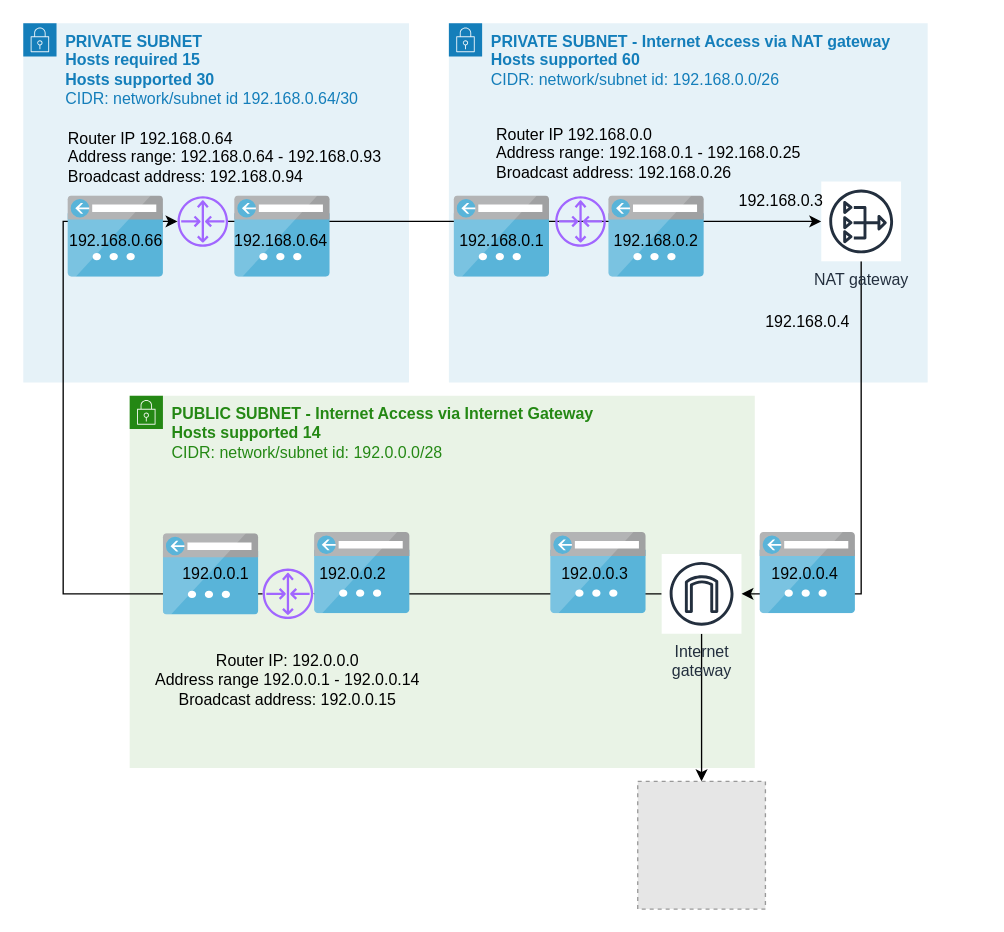
victorromijn/AWS-Techgrounds keeps this draw.io diagram as Untitled Diagram.drawio. Above is the earlier version. Source tidied: cells renumbered, new cells numbered last; positions are measured from the earlier drawing's top-left corner, leaving out a move shared by most shapes. Both pictures are drawn from the tidied source at 133%, with x=0, y=0 at pixel (23, 23). Pictures stored in the file or linked from it are replaced by grey dashed boxes.
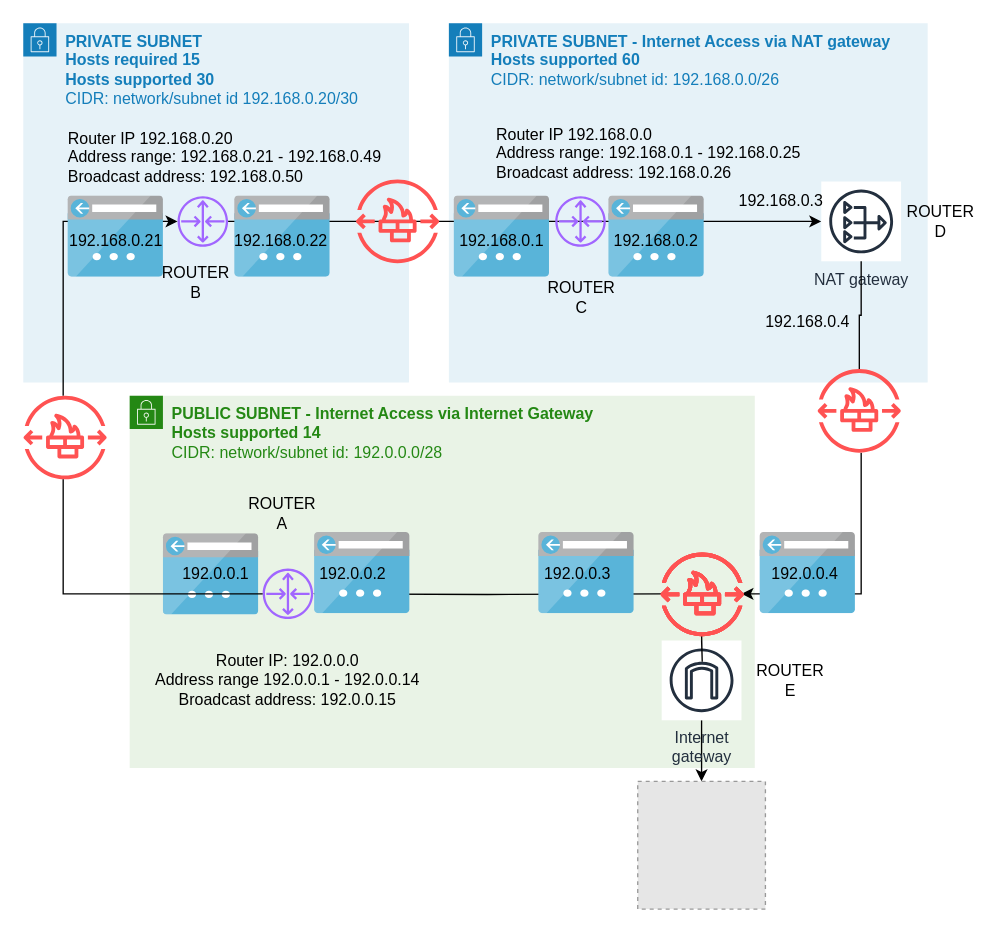
Above is the later version.

The change refers to these unchanged cells:
```xml
<mxCell id="6" style="sketch=0;outlineConnect=0;fontColor=#232F3E;gradientColor=none;fillColor=#A166FF;strokeColor=none;dashed=0;verticalLabelPosition=bottom;verticalAlign=top;align=center;html=1;fontSize=12;fontStyle=0;shape=mxgraph.aws4.router;" parent="1" vertex="1">
  <mxGeometry x="116" y="130" width="38" height="38" as="geometry" />
</mxCell>
<mxCell id="9" style="sketch=0;outlineConnect=0;fontColor=#232F3E;gradientColor=none;fillColor=#A166FF;strokeColor=none;dashed=0;verticalLabelPosition=bottom;verticalAlign=top;align=center;html=1;fontSize=12;fontStyle=0;shape=mxgraph.aws4.router;" parent="1" vertex="1">
  <mxGeometry x="180" y="410" width="38" height="38" as="geometry" />
</mxCell>
<mxCell id="11" value="NAT gateway" style="sketch=0;outlineConnect=0;fontColor=#232F3E;gradientColor=none;strokeColor=#232F3E;fillColor=#ffffff;dashed=0;verticalLabelPosition=bottom;verticalAlign=top;align=center;html=1;fontSize=12;fontStyle=0;shape=mxgraph.aws4.resourceIcon;resIcon=mxgraph.aws4.nat_gateway;" parent="1" vertex="1">
  <mxGeometry x="600" y="119" width="60" height="60" as="geometry" />
</mxCell>
<mxCell id="18" style="fillColor=#E6E6E6;strokeColor=#999999;dashed=1;html=1;verticalAlign=top;verticalLabelPosition=bottom;labelBackgroundColor=#ffffff;" parent="1" vertex="1">
  <mxGeometry x="462" y="570" width="96" height="96" as="geometry" />
</mxCell>
```

What changed in the source:
```diff
@@
-    <mxCell id="2" value="&lt;b&gt;PRIVATE SUBNET&lt;/b&gt;&lt;br&gt;&lt;b&gt;Hosts required 15&lt;/b&gt;&lt;br&gt;&lt;b&gt;Hosts supported 30&lt;/b&gt;&lt;br&gt;CIDR: network/subnet id 192.168.0.64/30&lt;br&gt;&lt;br&gt;" style="gradientColor=none;html=1;whiteSpace=wrap;fontSize=12;fontStyle=0;shape=mxgraph.aws4.group;grIcon=mxgraph.aws4.group_security_group;grStroke=0;strokeColor=#147EBA;fillColor=#E6F2F8;verticalAlign=top;align=left;spacingLeft=30;fontColor=#147EBA;dashed=0;" parent="1" vertex="1">
+    <mxCell id="2" value="&lt;b&gt;PRIVATE SUBNET&lt;/b&gt;&lt;br&gt;&lt;b&gt;Hosts required 15&lt;/b&gt;&lt;br&gt;&lt;b&gt;Hosts supported 30&lt;/b&gt;&lt;br&gt;CIDR: network/subnet id 192.168.0.20/30&lt;br&gt;" style="gradientColor=none;html=1;whiteSpace=wrap;fontSize=12;fontStyle=0;shape=mxgraph.aws4.group;grIcon=mxgraph.aws4.group_security_group;grStroke=0;strokeColor=#147EBA;fillColor=#E6F2F8;verticalAlign=top;align=left;spacingLeft=30;fontColor=#147EBA;dashed=0;" parent="1" vertex="1">
       <mxGeometry width="290" height="270" as="geometry" />
     </mxCell>
@@
-    <mxCell id="8" style="edgeStyle=orthogonalEdgeStyle;rounded=0;jettySize=auto;html=1;" parent="1" edge="1" source="9" target="6">
+    <mxCell id="8" style="edgeStyle=orthogonalEdgeStyle;rounded=0;jettySize=auto;html=1;startArrow=none;" parent="1" edge="1" source="47" target="6">
       <mxGeometry relative="1" as="geometry">
         <Array as="points">
-          <mxPoint x="30" y="429" />
           <mxPoint x="30" y="149" />
         </Array>
       </mxGeometry>
     </mxCell>
@@
-    <mxCell id="10" style="edgeStyle=orthogonalEdgeStyle;rounded=0;jettySize=auto;html=1;" parent="1" edge="1" source="11" target="14">
+    <mxCell id="10" style="edgeStyle=orthogonalEdgeStyle;rounded=0;jettySize=auto;html=1;startArrow=none;" parent="1" edge="1" source="50">
       <mxGeometry relative="1" as="geometry">
+        <mxPoint x="540" y="429" as="targetPoint" />
         <Array as="points">
           <mxPoint x="630" y="429" />
         </Array>
       </mxGeometry>
     </mxCell>
@@
-    <mxCell id="12" style="edgeStyle=orthogonalEdgeStyle;rounded=0;jettySize=auto;html=1;" parent="1" edge="1" source="14" target="9">
-      <mxGeometry relative="1" as="geometry" />
+    <mxCell id="12" style="edgeStyle=orthogonalEdgeStyle;rounded=0;jettySize=auto;html=1;" parent="1" edge="1" target="9">
+      <mxGeometry relative="1" as="geometry">
+        <mxPoint x="480" y="429" as="sourcePoint" />
+      </mxGeometry>
     </mxCell>
-    <mxCell id="13" style="edgeStyle=orthogonalEdgeStyle;rounded=0;jettySize=auto;html=1;" parent="1" edge="1" source="14" target="18">
+    <mxCell id="13" style="edgeStyle=orthogonalEdgeStyle;rounded=0;jettySize=auto;html=1;startArrow=none;" parent="1" edge="1" source="14" target="18">
       <mxGeometry relative="1" as="geometry" />
     </mxCell>
-    <mxCell id="14" value="Internet&#10;gateway" style="sketch=0;outlineConnect=0;fontColor=#232F3E;gradientColor=none;strokeColor=#232F3E;fillColor=#ffffff;dashed=0;verticalLabelPosition=bottom;verticalAlign=top;align=center;html=1;fontSize=12;fontStyle=0;shape=mxgraph.aws4.resourceIcon;resIcon=mxgraph.aws4.internet_gateway;" parent="1" vertex="1">
-      <mxGeometry x="480" y="399" width="60" height="60" as="geometry" />
-    </mxCell>
@@
-    <mxCell id="20" value="192.168.0.66" style="text;html=1;strokeColor=none;fillColor=none;align=center;verticalAlign=middle;whiteSpace=wrap;rounded=0;" parent="1" vertex="1">
+    <mxCell id="20" value="192.168.0.21" style="text;html=1;strokeColor=none;fillColor=none;align=center;verticalAlign=middle;whiteSpace=wrap;rounded=0;" parent="1" vertex="1">
       <mxGeometry x="40" y="149" width="60" height="30" as="geometry" />
     </mxCell>
@@
-    <mxCell id="22" value="192.168.0.64" style="text;html=1;strokeColor=none;fillColor=none;align=center;verticalAlign=middle;whiteSpace=wrap;rounded=0;" parent="1" vertex="1">
+    <mxCell id="22" value="192.168.0.22" style="text;html=1;strokeColor=none;fillColor=none;align=center;verticalAlign=middle;whiteSpace=wrap;rounded=0;" parent="1" vertex="1">
       <mxGeometry x="164" y="149" width="60" height="30" as="geometry" />
     </mxCell>
@@
-    <mxCell id="27" value="&lt;span&gt;Router IP 192.168.0.64&lt;/span&gt;&lt;br&gt;&lt;div&gt;&lt;span&gt;Address range: 192.168.0.64 -&lt;/span&gt;&lt;span&gt;&amp;nbsp;192.168.0.93&lt;/span&gt;&lt;/div&gt;&lt;div&gt;&lt;span&gt;Broadcast address: 192.168.0.94&lt;/span&gt;&lt;/div&gt;&lt;div&gt;&lt;span&gt;&lt;br&gt;&lt;/span&gt;&lt;/div&gt;" style="text;html=1;strokeColor=none;fillColor=none;align=left;verticalAlign=top;whiteSpace=wrap;rounded=0;fontColor=#000000;" parent="1" vertex="1">
+    <mxCell id="27" value="&lt;span&gt;Router IP 192.168.0.20&lt;/span&gt;&lt;br&gt;&lt;div&gt;&lt;span&gt;Address range: 192.168.0.21 -&lt;/span&gt;&lt;span&gt;&amp;nbsp;192.168.0.49&lt;/span&gt;&lt;/div&gt;&lt;div&gt;&lt;span&gt;Broadcast address: 192.168.0.50&lt;/span&gt;&lt;/div&gt;&lt;div&gt;&lt;span&gt;&lt;br&gt;&lt;/span&gt;&lt;/div&gt;" style="text;html=1;strokeColor=none;fillColor=none;align=left;verticalAlign=top;whiteSpace=wrap;rounded=0;fontColor=#000000;" parent="1" vertex="1">
       <mxGeometry x="32.3" y="73" width="245.7" height="50" as="geometry" />
     </mxCell>
@@
     <mxCell id="30" style="sketch=0;html=1;align=center;image;fontSize=12;image=img/lib/mscae/App_Service_IPAddress.svg;" parent="1" vertex="1">
-      <mxGeometry x="396.3" y="383" width="72.6" height="61" as="geometry" />
+      <mxGeometry x="387.3" y="383" width="72.6" height="61" as="geometry" />
     </mxCell>
@@
     <mxCell id="34" value="192.0.0.3" style="text;html=1;strokeColor=none;fillColor=none;align=center;verticalAlign=middle;whiteSpace=wrap;rounded=0;" parent="1" vertex="1">
-      <mxGeometry x="400" y="399" width="60" height="30" as="geometry" />
+      <mxGeometry x="387.3" y="399" width="60" height="30" as="geometry" />
     </mxCell>
@@
+    <mxCell id="37" value="ROUTER A" style="text;html=1;strokeColor=none;fillColor=none;align=center;verticalAlign=middle;whiteSpace=wrap;rounded=0;" parent="1" vertex="1">
+      <mxGeometry x="165" y="354" width="60" height="30" as="geometry" />
+    </mxCell>
+    <mxCell id="38" value="ROUTER B" style="text;html=1;strokeColor=none;fillColor=none;align=center;verticalAlign=middle;whiteSpace=wrap;rounded=0;" parent="1" vertex="1">
+      <mxGeometry x="100" y="180" width="60" height="30" as="geometry" />
+    </mxCell>
+    <mxCell id="39" value="ROUTER C" style="text;html=1;strokeColor=none;fillColor=none;align=center;verticalAlign=middle;whiteSpace=wrap;rounded=0;" parent="1" vertex="1">
+      <mxGeometry x="390" y="191" width="60" height="30" as="geometry" />
+    </mxCell>
+    <mxCell id="40" value="ROUTER D" style="text;html=1;strokeColor=none;fillColor=none;align=center;verticalAlign=middle;whiteSpace=wrap;rounded=0;" parent="1" vertex="1">
+      <mxGeometry x="660" y="134" width="60" height="30" as="geometry" />
+    </mxCell>
+    <mxCell id="41" value="ROUTER E" style="text;html=1;strokeColor=none;fillColor=none;align=center;verticalAlign=middle;whiteSpace=wrap;rounded=0;" parent="1" vertex="1">
+      <mxGeometry x="546.9" y="479" width="60" height="30" as="geometry" />
+    </mxCell>
+    <mxCell id="42" style="sketch=0;fontColor=#232F3E;gradientColor=none;fillColor=#FF5252;strokeColor=none;dashed=0;verticalLabelPosition=bottom;verticalAlign=top;align=center;html=1;fontSize=12;fontStyle=0;shape=mxgraph.aws4.network_firewall_endpoints;" parent="1" vertex="1">
+      <mxGeometry x="479" y="398" width="62.9" height="62.9" as="geometry" />
+    </mxCell>
+    <mxCell id="14" value="Internet&#10;gateway" style="sketch=0;outlineConnect=0;fontColor=#232F3E;gradientColor=none;strokeColor=#232F3E;fillColor=#ffffff;dashed=0;verticalLabelPosition=bottom;verticalAlign=top;align=center;html=1;fontSize=12;fontStyle=0;shape=mxgraph.aws4.resourceIcon;resIcon=mxgraph.aws4.internet_gateway;" parent="1" vertex="1">
+      <mxGeometry x="480" y="464" width="60" height="60" as="geometry" />
+    </mxCell>
+    <mxCell id="43" style="edgeStyle=orthogonalEdgeStyle;rounded=0;jettySize=auto;html=1;endArrow=none;" parent="1" edge="1" target="14">
+      <mxGeometry relative="1" as="geometry">
+        <mxPoint x="510" y="459" as="sourcePoint" />
+      </mxGeometry>
+    </mxCell>
+    <mxCell id="44" style="sketch=0;fontColor=#232F3E;gradientColor=none;fillColor=#FF5252;strokeColor=none;dashed=0;verticalLabelPosition=bottom;verticalAlign=top;align=center;html=1;fontSize=12;fontStyle=0;shape=mxgraph.aws4.network_firewall_endpoints;" parent="1" vertex="1">
+      <mxGeometry x="479" y="398" width="62.9" height="62.9" as="geometry" />
+    </mxCell>
+    <mxCell id="45" style="sketch=0;fontColor=#232F3E;gradientColor=none;fillColor=#FF5252;strokeColor=none;dashed=0;verticalLabelPosition=bottom;verticalAlign=top;align=center;html=1;fontSize=12;fontStyle=0;shape=mxgraph.aws4.network_firewall_endpoints;" parent="1" vertex="1">
+      <mxGeometry x="250" y="117.5" width="62.9" height="62.9" as="geometry" />
+    </mxCell>
+    <mxCell id="46" style="sketch=0;fontColor=#232F3E;gradientColor=none;fillColor=#FF5252;strokeColor=none;dashed=0;verticalLabelPosition=bottom;verticalAlign=top;align=center;html=1;fontSize=12;fontStyle=0;shape=mxgraph.aws4.network_firewall_endpoints;" parent="1" vertex="1">
+      <mxGeometry x="479" y="398" width="62.9" height="62.9" as="geometry" />
+    </mxCell>
+    <mxCell id="47" style="sketch=0;outlineConnect=0;fontColor=#232F3E;gradientColor=none;fillColor=#FF5252;strokeColor=none;dashed=0;verticalLabelPosition=bottom;verticalAlign=top;align=center;html=1;fontSize=12;fontStyle=0;shape=mxgraph.aws4.network_firewall_endpoints;" parent="1" vertex="1">
+      <mxGeometry y="280" width="62.9" height="62.9" as="geometry" />
+    </mxCell>
+    <mxCell id="48" style="edgeStyle=orthogonalEdgeStyle;rounded=0;jettySize=auto;html=1;endArrow=none;" parent="1" edge="1" source="9" target="47">
+      <mxGeometry relative="1" as="geometry">
+        <Array as="points">
+          <mxPoint x="30" y="429" />
+        </Array>
+      </mxGeometry>
+    </mxCell>
+    <mxCell id="49" style="sketch=0;fontColor=#232F3E;gradientColor=none;fillColor=#FF5252;strokeColor=none;dashed=0;verticalLabelPosition=bottom;verticalAlign=top;align=center;html=1;fontSize=12;fontStyle=0;shape=mxgraph.aws4.network_firewall_endpoints;" parent="1" vertex="1">
+      <mxGeometry x="479" y="398" width="62.9" height="62.9" as="geometry" />
+    </mxCell>
+    <mxCell id="50" style="sketch=0;outlineConnect=0;fontColor=#232F3E;gradientColor=none;fillColor=#FF5252;strokeColor=none;dashed=0;verticalLabelPosition=bottom;verticalAlign=top;align=center;html=1;fontSize=12;fontStyle=0;shape=mxgraph.aws4.network_firewall_endpoints;" parent="1" vertex="1">
+      <mxGeometry x="597.1" y="260" width="62.9" height="62.9" as="geometry" />
+    </mxCell>
+    <mxCell id="51" style="edgeStyle=orthogonalEdgeStyle;rounded=0;jettySize=auto;html=1;endArrow=none;" parent="1" edge="1" source="11" target="50">
+      <mxGeometry relative="1" as="geometry" />
+    </mxCell>
```
